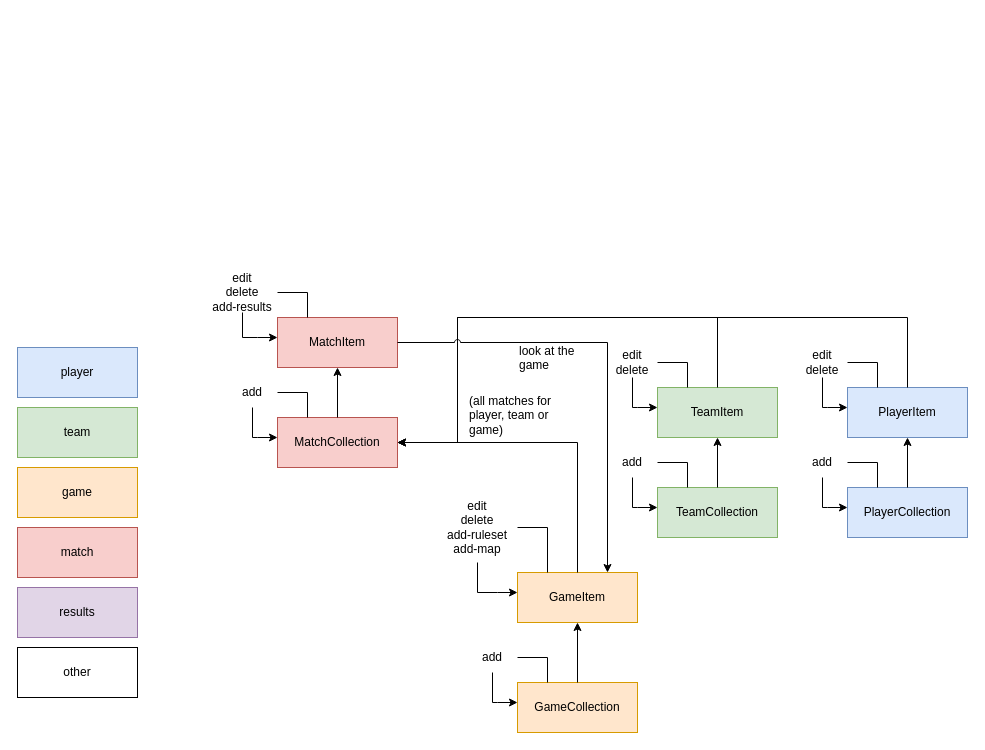
Earlier version of the draw.io diagram media/state-machine.drawio (oja89/BoardGameTracker). Source tidied: cells renumbered, new cells numbered last; positions are measured from the earlier drawing's top-left corner, leaving out a move shared by most shapes. Both pictures are drawn from the tidied source at 100%, with x=0, y=0 at pixel (17, 272).
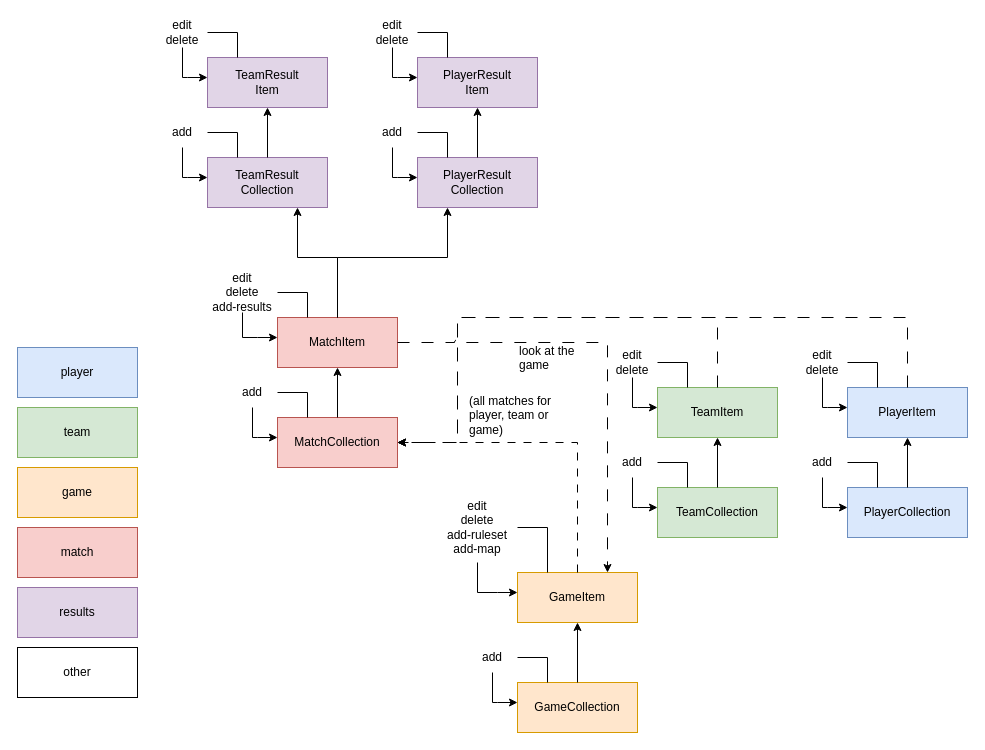
The same page after the edit.

Unchanged cells that the change refers to:
```xml
<mxCell id="26" value="GameItem" style="rounded=0;whiteSpace=wrap;html=1;fillColor=#ffe6cc;strokeColor=#d79b00;" parent="25" vertex="1">
  <mxGeometry x="50" y="40" width="120" height="50" as="geometry" />
</mxCell>
<mxCell id="33" value="&lt;div&gt;PlayerItem&lt;/div&gt;" style="rounded=0;whiteSpace=wrap;html=1;fillColor=#dae8fc;strokeColor=#6c8ebf;" parent="32" vertex="1">
  <mxGeometry x="50" y="40" width="120" height="50" as="geometry" />
</mxCell>
<mxCell id="41" value="&lt;div&gt;TeamItem&lt;/div&gt;" style="rounded=0;whiteSpace=wrap;html=1;fillColor=#d5e8d4;strokeColor=#82b366;" parent="40" vertex="1">
  <mxGeometry x="50" y="40" width="120" height="50" as="geometry" />
</mxCell>
<mxCell id="48" value="MatchCollection" style="rounded=0;whiteSpace=wrap;html=1;fillColor=#f8cecc;strokeColor=#b85450;" parent="47" vertex="1">
  <mxGeometry x="50" y="40" width="120" height="50" as="geometry" />
</mxCell>
<mxCell id="54" value="MatchItem" style="rounded=0;whiteSpace=wrap;html=1;fillColor=#f8cecc;strokeColor=#b85450;" parent="53" vertex="1">
  <mxGeometry x="50" y="40" width="120" height="50" as="geometry" />
</mxCell>
```

What changed in the source:
```diff
@@
-    <mxCell id="61" style="edgeStyle=orthogonalEdgeStyle;rounded=0;jettySize=auto;html=1;exitX=0.5;exitY=0;exitDx=0;exitDy=0;entryX=1;entryY=0.5;entryDx=0;entryDy=0;" parent="1" edge="1" source="26" target="48">
+    <mxCell id="61" style="edgeStyle=orthogonalEdgeStyle;rounded=0;jettySize=auto;html=1;exitX=0.5;exitY=0;exitDx=0;exitDy=0;entryX=1;entryY=0.5;entryDx=0;entryDy=0;dashed=1;dashPattern=8 8;" parent="1" edge="1" source="26" target="48">
       <mxGeometry relative="1" as="geometry" />
     </mxCell>
-    <mxCell id="62" style="edgeStyle=orthogonalEdgeStyle;rounded=0;jettySize=auto;html=1;exitX=0.5;exitY=0;exitDx=0;exitDy=0;entryX=1;entryY=0.5;entryDx=0;entryDy=0;" parent="1" edge="1" source="41" target="48">
+    <mxCell id="62" style="edgeStyle=orthogonalEdgeStyle;rounded=0;jettySize=auto;html=1;exitX=0.5;exitY=0;exitDx=0;exitDy=0;entryX=1;entryY=0.5;entryDx=0;entryDy=0;dashed=1;dashPattern=12 12;" parent="1" edge="1" source="41" target="48">
       <mxGeometry relative="1" as="geometry">
         <Array as="points">
           <mxPoint x="700" y="45" />
           <mxPoint x="440" y="45" />
           <mxPoint x="440" y="170" />
         </Array>
       </mxGeometry>
     </mxCell>
-    <mxCell id="63" style="edgeStyle=orthogonalEdgeStyle;rounded=0;jettySize=auto;html=1;exitX=0.5;exitY=0;exitDx=0;exitDy=0;entryX=1;entryY=0.5;entryDx=0;entryDy=0;" parent="1" edge="1" source="33" target="48">
+    <mxCell id="63" style="edgeStyle=orthogonalEdgeStyle;rounded=0;jettySize=auto;html=1;exitX=0.5;exitY=0;exitDx=0;exitDy=0;entryX=1;entryY=0.5;entryDx=0;entryDy=0;dashed=1;dashPattern=12 12;" parent="1" edge="1" source="33" target="48">
       <mxGeometry relative="1" as="geometry">
         <Array as="points">
           <mxPoint x="890" y="45" />
           <mxPoint x="440" y="45" />
           <mxPoint x="440" y="170" />
         </Array>
       </mxGeometry>
     </mxCell>
-    <mxCell id="64" style="edgeStyle=orthogonalEdgeStyle;rounded=0;jettySize=auto;html=1;exitX=1;exitY=0.5;exitDx=0;exitDy=0;entryX=0.75;entryY=0;entryDx=0;entryDy=0;jumpStyle=arc;" parent="1" edge="1" source="54" target="26">
+    <mxCell id="64" style="edgeStyle=orthogonalEdgeStyle;rounded=0;jettySize=auto;html=1;exitX=1;exitY=0.5;exitDx=0;exitDy=0;entryX=0.75;entryY=0;entryDx=0;entryDy=0;jumpStyle=arc;dashed=1;dashPattern=12 12;" parent="1" edge="1" source="54" target="26">
       <mxGeometry relative="1" as="geometry" />
     </mxCell>
@@
+    <mxCell id="66" style="group;" parent="1" vertex="1">
+      <mxGeometry x="350" y="-155" width="170" height="90" as="geometry" />
+    </mxCell>
+    <mxCell id="67" value="&lt;div&gt;PlayerResult&lt;/div&gt;&lt;div&gt;Collection&lt;/div&gt;" style="rounded=0;whiteSpace=wrap;html=1;fillColor=#e1d5e7;strokeColor=#9673a6;" parent="66" vertex="1">
+      <mxGeometry x="50" y="40" width="120" height="50" as="geometry" />
+    </mxCell>
+    <mxCell id="68" style="edgeStyle=orthogonalEdgeStyle;rounded=0;jettySize=auto;html=1;exitX=0.5;exitY=1;exitDx=0;exitDy=0;" parent="66" edge="1" source="69">
+      <mxGeometry relative="1" as="geometry">
+        <mxPoint x="50" y="60" as="targetPoint" />
+        <Array as="points">
+          <mxPoint x="30" y="60" />
+          <mxPoint x="50" y="60" />
+        </Array>
+      </mxGeometry>
+    </mxCell>
+    <mxCell id="69" value="add" style="rounded=0;whiteSpace=wrap;html=1;fillColor=none;strokeColor=none;" parent="66" vertex="1">
+      <mxGeometry width="50" height="30" as="geometry" />
+    </mxCell>
+    <mxCell id="70" style="edgeStyle=orthogonalEdgeStyle;rounded=0;jettySize=auto;html=1;exitX=0.25;exitY=0;exitDx=0;exitDy=0;entryX=1;entryY=0.5;entryDx=0;entryDy=0;strokeColor=none;" parent="66" edge="1" source="67" target="69">
+      <mxGeometry relative="1" as="geometry">
+        <Array as="points">
+          <mxPoint x="80" y="10" />
+        </Array>
+      </mxGeometry>
+    </mxCell>
+    <mxCell id="71" style="edgeStyle=orthogonalEdgeStyle;rounded=0;jettySize=auto;html=1;exitX=0.25;exitY=0;exitDx=0;exitDy=0;entryX=1;entryY=0.5;entryDx=0;entryDy=0;endSize=6;targetPerimeterSpacing=0;endArrow=none;endFill=0;" parent="66" edge="1" source="67" target="69">
+      <mxGeometry relative="1" as="geometry">
+        <Array as="points">
+          <mxPoint x="80" y="15" />
+        </Array>
+      </mxGeometry>
+    </mxCell>
+    <mxCell id="72" style="group;" parent="1" vertex="1">
+      <mxGeometry x="350" y="-255" width="170" height="90" as="geometry" />
+    </mxCell>
+    <mxCell id="73" value="&lt;div&gt;PlayerResult&lt;/div&gt;&lt;div&gt;Item&lt;/div&gt;" style="rounded=0;whiteSpace=wrap;html=1;fillColor=#e1d5e7;strokeColor=#9673a6;" parent="72" vertex="1">
+      <mxGeometry x="50" y="40" width="120" height="50" as="geometry" />
+    </mxCell>
+    <mxCell id="74" style="edgeStyle=orthogonalEdgeStyle;rounded=0;jettySize=auto;html=1;exitX=0.5;exitY=1;exitDx=0;exitDy=0;" parent="72" edge="1" source="75">
+      <mxGeometry relative="1" as="geometry">
+        <mxPoint x="50" y="60" as="targetPoint" />
+        <Array as="points">
+          <mxPoint x="30" y="60" />
+          <mxPoint x="50" y="60" />
+        </Array>
+      </mxGeometry>
+    </mxCell>
+    <mxCell id="75" value="&lt;div&gt;edit&lt;/div&gt;&lt;div&gt;delete&lt;br&gt;&lt;/div&gt;" style="rounded=0;whiteSpace=wrap;html=1;fillColor=none;strokeColor=none;" parent="72" vertex="1">
+      <mxGeometry width="50" height="30" as="geometry" />
+    </mxCell>
+    <mxCell id="76" style="edgeStyle=orthogonalEdgeStyle;rounded=0;jettySize=auto;html=1;exitX=0.25;exitY=0;exitDx=0;exitDy=0;entryX=1;entryY=0.5;entryDx=0;entryDy=0;strokeColor=none;" parent="72" edge="1" source="73" target="75">
+      <mxGeometry relative="1" as="geometry">
+        <Array as="points">
+          <mxPoint x="80" y="10" />
+        </Array>
+      </mxGeometry>
+    </mxCell>
+    <mxCell id="77" style="edgeStyle=orthogonalEdgeStyle;rounded=0;jettySize=auto;html=1;exitX=0.25;exitY=0;exitDx=0;exitDy=0;entryX=1;entryY=0.5;entryDx=0;entryDy=0;endSize=6;targetPerimeterSpacing=0;endArrow=none;endFill=0;" parent="72" edge="1" source="73" target="75">
+      <mxGeometry relative="1" as="geometry">
+        <Array as="points">
+          <mxPoint x="80" y="15" />
+        </Array>
+      </mxGeometry>
+    </mxCell>
+    <mxCell id="78" style="edgeStyle=orthogonalEdgeStyle;rounded=0;jettySize=auto;html=1;entryX=0.5;entryY=1;entryDx=0;entryDy=0;" parent="1" edge="1" source="67" target="73">
+      <mxGeometry relative="1" as="geometry" />
+    </mxCell>
+    <mxCell id="79" style="group;" parent="1" vertex="1">
+      <mxGeometry x="140" y="-155" width="170" height="90" as="geometry" />
+    </mxCell>
+    <mxCell id="80" value="&lt;div&gt;TeamResult&lt;/div&gt;&lt;div&gt;Collection&lt;br&gt;&lt;/div&gt;" style="rounded=0;whiteSpace=wrap;html=1;fillColor=#e1d5e7;strokeColor=#9673a6;" parent="79" vertex="1">
+      <mxGeometry x="50" y="40" width="120" height="50" as="geometry" />
+    </mxCell>
+    <mxCell id="81" style="edgeStyle=orthogonalEdgeStyle;rounded=0;jettySize=auto;html=1;exitX=0.5;exitY=1;exitDx=0;exitDy=0;" parent="79" edge="1" source="82">
+      <mxGeometry relative="1" as="geometry">
+        <mxPoint x="50" y="60" as="targetPoint" />
+        <Array as="points">
+          <mxPoint x="30" y="60" />
+          <mxPoint x="50" y="60" />
+        </Array>
+      </mxGeometry>
+    </mxCell>
+    <mxCell id="82" value="add" style="rounded=0;whiteSpace=wrap;html=1;fillColor=none;strokeColor=none;" parent="79" vertex="1">
+      <mxGeometry width="50" height="30" as="geometry" />
+    </mxCell>
+    <mxCell id="83" style="edgeStyle=orthogonalEdgeStyle;rounded=0;jettySize=auto;html=1;exitX=0.25;exitY=0;exitDx=0;exitDy=0;entryX=1;entryY=0.5;entryDx=0;entryDy=0;strokeColor=none;" parent="79" edge="1" source="80" target="82">
+      <mxGeometry relative="1" as="geometry">
+        <Array as="points">
+          <mxPoint x="80" y="10" />
+        </Array>
+      </mxGeometry>
+    </mxCell>
+    <mxCell id="84" style="edgeStyle=orthogonalEdgeStyle;rounded=0;jettySize=auto;html=1;exitX=0.25;exitY=0;exitDx=0;exitDy=0;entryX=1;entryY=0.5;entryDx=0;entryDy=0;endSize=6;targetPerimeterSpacing=0;endArrow=none;endFill=0;" parent="79" edge="1" source="80" target="82">
+      <mxGeometry relative="1" as="geometry">
+        <Array as="points">
+          <mxPoint x="80" y="15" />
+        </Array>
+      </mxGeometry>
+    </mxCell>
+    <mxCell id="85" style="group;" parent="1" vertex="1">
+      <mxGeometry x="140" y="-255" width="170" height="90" as="geometry" />
+    </mxCell>
+    <mxCell id="86" value="&lt;div&gt;TeamResult&lt;/div&gt;&lt;div&gt;Item&lt;br&gt;&lt;/div&gt;" style="rounded=0;whiteSpace=wrap;html=1;fillColor=#e1d5e7;strokeColor=#9673a6;" parent="85" vertex="1">
+      <mxGeometry x="50" y="40" width="120" height="50" as="geometry" />
+    </mxCell>
+    <mxCell id="87" style="edgeStyle=orthogonalEdgeStyle;rounded=0;jettySize=auto;html=1;exitX=0.5;exitY=1;exitDx=0;exitDy=0;" parent="85" edge="1" source="88">
+      <mxGeometry relative="1" as="geometry">
+        <mxPoint x="50" y="60" as="targetPoint" />
+        <Array as="points">
+          <mxPoint x="30" y="60" />
+          <mxPoint x="50" y="60" />
+        </Array>
+      </mxGeometry>
+    </mxCell>
+    <mxCell id="88" value="&lt;div&gt;edit&lt;/div&gt;&lt;div&gt;delete&lt;br&gt;&lt;/div&gt;" style="rounded=0;whiteSpace=wrap;html=1;fillColor=none;strokeColor=none;" parent="85" vertex="1">
+      <mxGeometry width="50" height="30" as="geometry" />
+    </mxCell>
+    <mxCell id="89" style="edgeStyle=orthogonalEdgeStyle;rounded=0;jettySize=auto;html=1;exitX=0.25;exitY=0;exitDx=0;exitDy=0;entryX=1;entryY=0.5;entryDx=0;entryDy=0;strokeColor=none;" parent="85" edge="1" source="86" target="88">
+      <mxGeometry relative="1" as="geometry">
+        <Array as="points">
+          <mxPoint x="80" y="10" />
+        </Array>
+      </mxGeometry>
+    </mxCell>
+    <mxCell id="90" style="edgeStyle=orthogonalEdgeStyle;rounded=0;jettySize=auto;html=1;exitX=0.25;exitY=0;exitDx=0;exitDy=0;entryX=1;entryY=0.5;entryDx=0;entryDy=0;endSize=6;targetPerimeterSpacing=0;endArrow=none;endFill=0;" parent="85" edge="1" source="86" target="88">
+      <mxGeometry relative="1" as="geometry">
+        <Array as="points">
+          <mxPoint x="80" y="15" />
+        </Array>
+      </mxGeometry>
+    </mxCell>
+    <mxCell id="91" style="edgeStyle=orthogonalEdgeStyle;rounded=0;jettySize=auto;html=1;entryX=0.5;entryY=1;entryDx=0;entryDy=0;" parent="1" edge="1" source="80" target="86">
+      <mxGeometry relative="1" as="geometry" />
+    </mxCell>
+    <mxCell id="92" style="edgeStyle=orthogonalEdgeStyle;rounded=0;jettySize=auto;html=1;entryX=0.75;entryY=1;entryDx=0;entryDy=0;" parent="1" edge="1" source="54" target="80">
+      <mxGeometry relative="1" as="geometry">
+        <Array as="points">
+          <mxPoint x="320" y="-15" />
+          <mxPoint x="280" y="-15" />
+        </Array>
+      </mxGeometry>
+    </mxCell>
+    <mxCell id="93" style="edgeStyle=orthogonalEdgeStyle;rounded=0;jettySize=auto;html=1;entryX=0.25;entryY=1;entryDx=0;entryDy=0;" parent="1" edge="1" target="67">
+      <mxGeometry relative="1" as="geometry">
+        <mxPoint x="320" y="45" as="sourcePoint" />
+        <Array as="points">
+          <mxPoint x="320" y="-15" />
+          <mxPoint x="430" y="-15" />
+        </Array>
+      </mxGeometry>
+    </mxCell>
```
